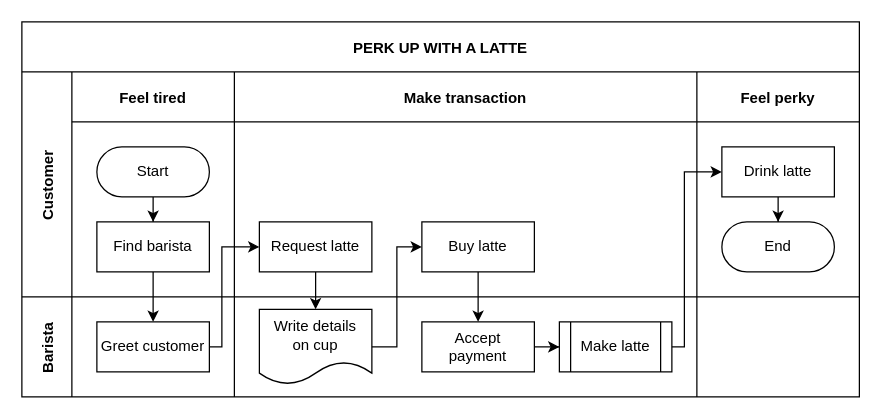
Before: Untitled Diagram.drawio in Andile784/BotTrainer, a draw.io diagram. Source tidied: cells renumbered, new cells numbered last; positions are measured from the earlier drawing's top-left corner, leaving out a move shared by most shapes. Both pictures are drawn from the tidied source at 125%, with x=0, y=0 at pixel (21, 21).
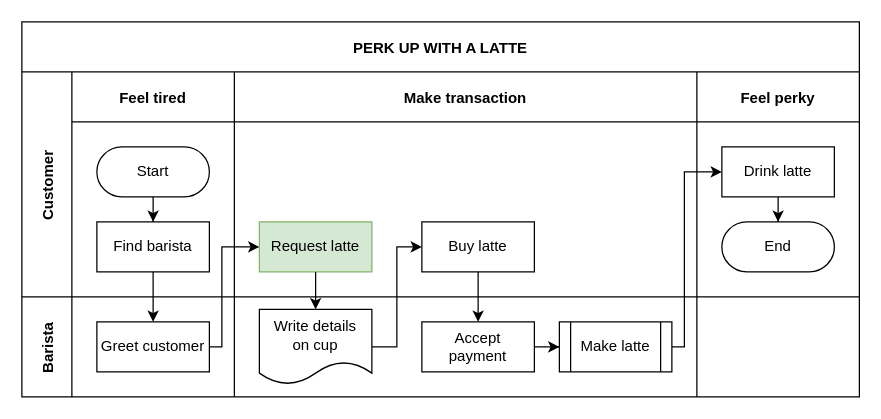
The same page after the edit.

Unchanged cells that the change refers to:
```xml
<mxCell id="9" value="Make transaction" style="swimlane;swimlaneHead=0;swimlaneBody=0;fillColor=none;startSize=40;fontStyle=1;" parent="4" vertex="1">
  <mxGeometry x="170" width="370" height="180" as="geometry" />
</mxCell>
```

Diff of the diagram source:
```diff
@@
-    <mxCell id="10" value="Request latte" style="rounded=0;whiteSpace=wrap;html=1;" parent="9" vertex="1">
+    <mxCell id="10" value="Request latte" style="rounded=0;whiteSpace=wrap;html=1;fillColor=#d5e8d4;strokeColor=#82b366;" parent="9" vertex="1">
       <mxGeometry x="20" y="120" width="90" height="40" as="geometry" />
     </mxCell>
```
